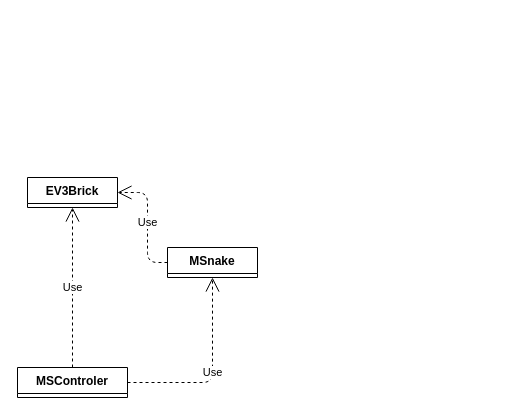
Earlier version of the draw.io diagram .doc/architecture.drawio (AaronMingCN/MSnake). Source tidied: cells renumbered, new cells numbered last; positions are measured from the earlier drawing's top-left corner, leaving out a move shared by most shapes. Both pictures are drawn from the tidied source at 100%, with x=0, y=0 at pixel (17, 177).
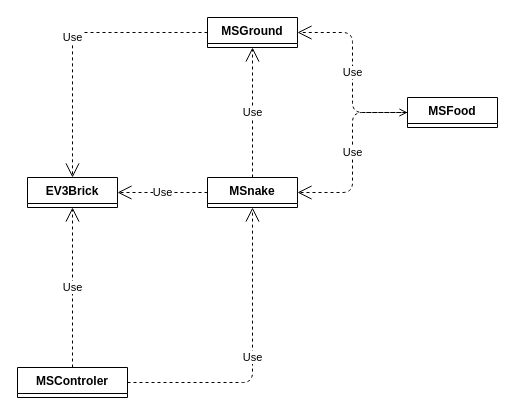
After the change.

What changed in the source:
```diff
@@
 <mxGraphModel>
   <root>
     <mxCell id="0" />
     <mxCell id="1" parent="0" />
     <mxCell id="2" value="MSControler" style="swimlane;fontStyle=1;align=center;verticalAlign=top;horizontal=1;startSize=26;" parent="1" vertex="1" collapsed="1">
       <mxGeometry y="190" width="110" height="30" as="geometry" />
     </mxCell>
     <mxCell id="3" value="Use" style="endArrow=open;endSize=12;dashed=1;html=1;edgeStyle=orthogonalEdgeStyle;" parent="1" edge="1" source="2" target="4">
       <mxGeometry relative="1" as="geometry" />
     </mxCell>
     <mxCell id="4" value="MSnake" style="swimlane;fontStyle=1;align=center;verticalAlign=top;horizontal=1;startSize=26;" parent="1" vertex="1" collapsed="1">
-      <mxGeometry x="150" y="70" width="90" height="30" as="geometry" />
+      <mxGeometry x="190" width="90" height="30" as="geometry" />
     </mxCell>
     <mxCell id="5" value="EV3Brick" style="swimlane;fontStyle=1;align=center;verticalAlign=top;horizontal=1;startSize=26;" parent="1" vertex="1" collapsed="1">
       <mxGeometry x="10" width="90" height="30" as="geometry" />
     </mxCell>
     <mxCell id="6" value="Use" style="endArrow=open;endSize=12;dashed=1;html=1;edgeStyle=orthogonalEdgeStyle;" parent="1" edge="1" source="2" target="5">
       <mxGeometry relative="1" as="geometry" />
     </mxCell>
-    <mxCell id="7" value="Use" style="endArrow=open;endSize=12;dashed=1;html=1;edgeStyle=orthogonalEdgeStyle;" parent="1" edge="1" source="4" target="5">
+    <mxCell id="7" value="Use" style="endArrow=open;endSize=12;dashed=1;html=1;edgeStyle=orthogonalEdgeStyle;exitX=0;exitY=0.5;exitDx=0;exitDy=0;" parent="1" edge="1" source="4" target="5">
       <mxGeometry relative="1" as="geometry">
         <Array as="points">
-          <mxPoint x="130" y="85" />
-          <mxPoint x="130" y="15" />
+          <mxPoint x="170" y="15" />
+          <mxPoint x="170" y="15" />
         </Array>
       </mxGeometry>
     </mxCell>
+    <mxCell id="8" value="MSGround" style="swimlane;fontStyle=1;align=center;verticalAlign=top;horizontal=1;startSize=26;" parent="1" vertex="1" collapsed="1">
+      <mxGeometry x="190" y="-160" width="90" height="30" as="geometry" />
+    </mxCell>
+    <mxCell id="9" value="Use" style="endArrow=open;endSize=12;dashed=1;html=1;edgeStyle=orthogonalEdgeStyle;" parent="1" edge="1" source="4" target="8">
+      <mxGeometry relative="1" as="geometry" />
+    </mxCell>
+    <mxCell id="10" value="Use" style="endArrow=open;endSize=12;dashed=1;html=1;edgeStyle=orthogonalEdgeStyle;" parent="1" edge="1" source="8" target="5">
+      <mxGeometry relative="1" as="geometry" />
+    </mxCell>
+    <mxCell id="11" value="MSFood" style="swimlane;fontStyle=1;align=center;verticalAlign=top;horizontal=1;startSize=26;" parent="1" vertex="1" collapsed="1">
+      <mxGeometry x="390" y="-80" width="90" height="30" as="geometry" />
+    </mxCell>
+    <mxCell id="12" value="Use" style="endArrow=open;endSize=12;dashed=1;html=1;edgeStyle=orthogonalEdgeStyle;entryX=1;entryY=0.5;entryDx=0;entryDy=0;startArrow=open;startFill=0;endFill=0;" parent="1" edge="1" source="11" target="4">
+      <mxGeometry relative="1" as="geometry" />
+    </mxCell>
+    <mxCell id="13" value="Use" style="endArrow=open;endSize=12;dashed=1;html=1;edgeStyle=orthogonalEdgeStyle;entryX=1;entryY=0.5;entryDx=0;entryDy=0;" parent="1" edge="1" source="11" target="8">
+      <mxGeometry relative="1" as="geometry" />
+    </mxCell>
   </root>
 </mxGraphModel>
```
